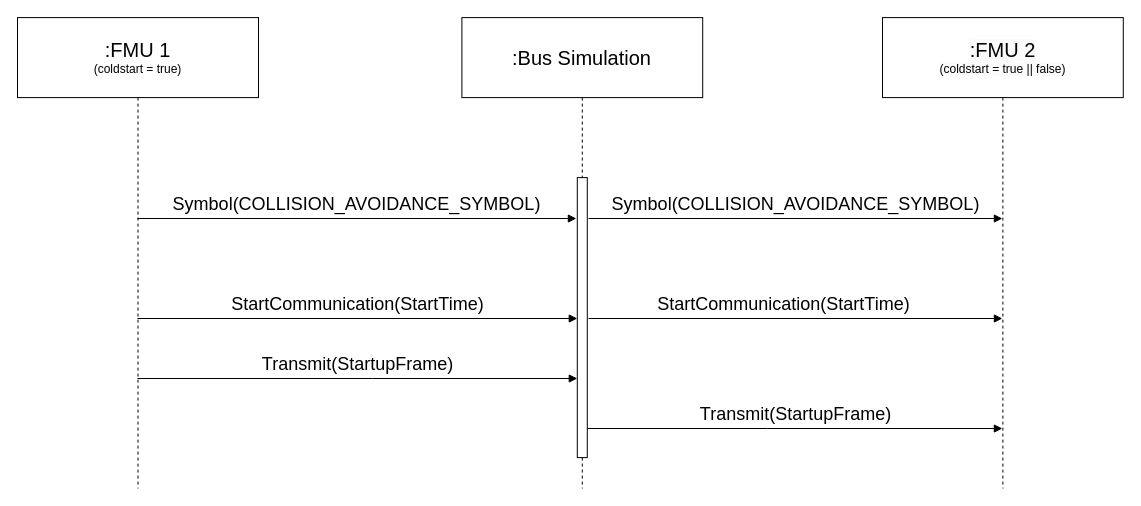
Before: docs/images/flexray_startup.drawio in modelica/fmi-ls-bus, a draw.io diagram. Source tidied: cells renumbered, new cells numbered last; positions are measured from the earlier drawing's top-left corner, leaving out a move shared by most shapes. Both pictures are drawn from the tidied source at 100%, with x=0, y=0 at pixel (17, 17).
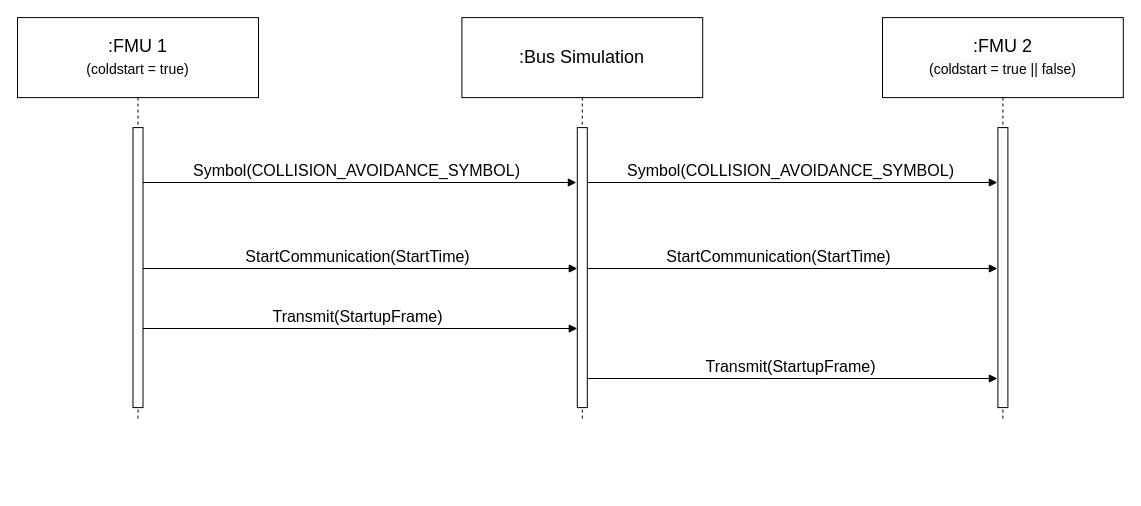
After the change.

Commit message (it also covers changes not shown here):
Fixing other FlexRay images

What changed in the source:
```diff
@@
-    <mxCell id="2" value="&lt;font style=&quot;&quot;&gt;&lt;span style=&quot;font-size: 20px;&quot;&gt;:FMU 1&lt;/span&gt;&lt;br&gt;&lt;font style=&quot;font-size: 12px;&quot;&gt;(coldstart = true)&lt;/font&gt;&lt;br&gt;&lt;/font&gt;" style="shape=umlLifeline;perimeter=lifelinePerimeter;whiteSpace=wrap;html=1;outlineConnect=0;portConstraint=eastwest;newEdgeStyle={&quot;curved&quot;:0,&quot;rounded&quot;:0};size=80;" parent="1" vertex="1">
-      <mxGeometry y="0.1" width="241" height="470.9" as="geometry" />
-    </mxCell>
-    <mxCell id="3" value="&lt;span style=&quot;color: rgb(0, 0, 0); font-family: Helvetica; font-size: 20px; font-style: normal; font-variant-ligatures: normal; font-variant-caps: normal; font-weight: 400; letter-spacing: normal; orphans: 2; text-align: center; text-indent: 0px; text-transform: none; widows: 2; word-spacing: 0px; -webkit-text-stroke-width: 0px; background-color: rgb(251, 251, 251); text-decoration-thickness: initial; text-decoration-style: initial; text-decoration-color: initial; float: none; display: inline !important;&quot;&gt;:FMU 2&lt;/span&gt;&lt;br style=&quot;border-color: var(--border-color); color: rgb(0, 0, 0); font-family: Helvetica; font-size: 20px; font-style: normal; font-variant-ligatures: normal; font-variant-caps: normal; font-weight: 400; letter-spacing: normal; orphans: 2; text-align: center; text-indent: 0px; text-transform: none; widows: 2; word-spacing: 0px; -webkit-text-stroke-width: 0px; background-color: rgb(251, 251, 251); text-decoration-thickness: initial; text-decoration-style: initial; text-decoration-color: initial;&quot;&gt;&lt;span style=&quot;color: rgb(0, 0, 0); font-family: Helvetica; font-style: normal; font-variant-ligatures: normal; font-variant-caps: normal; font-weight: 400; letter-spacing: normal; orphans: 2; text-align: center; text-indent: 0px; text-transform: none; widows: 2; word-spacing: 0px; -webkit-text-stroke-width: 0px; background-color: rgb(251, 251, 251); text-decoration-thickness: initial; text-decoration-style: initial; text-decoration-color: initial; float: none; display: inline !important;&quot;&gt;&lt;font style=&quot;font-size: 12px;&quot;&gt;(coldstart = true || false)&lt;/font&gt;&lt;/span&gt;" style="shape=umlLifeline;perimeter=lifelinePerimeter;whiteSpace=wrap;html=1;outlineConnect=0;portConstraint=eastwest;newEdgeStyle={&quot;curved&quot;:0,&quot;rounded&quot;:0};size=80;" parent="1" vertex="1">
-      <mxGeometry x="865" y="0.1" width="240.8" height="470.9" as="geometry" />
-    </mxCell>
-    <mxCell id="4" value="&lt;font style=&quot;font-size: 20px;&quot;&gt;:Bus Simulation&lt;/font&gt;" style="shape=umlLifeline;perimeter=lifelinePerimeter;whiteSpace=wrap;html=1;newEdgeStyle={&quot;curved&quot;:0,&quot;rounded&quot;:0};size=80;" parent="1" vertex="1">
-      <mxGeometry x="444.4" y="0.1" width="240.8" height="470.9" as="geometry" />
-    </mxCell>
-    <mxCell id="5" style="ellipse;whiteSpace=wrap;html=1;align=center;fillColor=none;strokeColor=none;perimeter=centerPerimeter;" parent="4" vertex="1">
-      <mxGeometry x="180.5" y="280" width="10" height="10" as="geometry" />
-    </mxCell>
-    <mxCell id="6" style="html=1;points=[[0,0,0,0,5],[0,1,0,0,-5],[1,0,0,0,5],[1,1,0,0,-5]];perimeter=orthogonalPerimeter;outlineConnect=0;targetShapes=umlLifeline;portConstraint=eastwest;newEdgeStyle={&quot;curved&quot;:0,&quot;rounded&quot;:0};fillColor=default;" parent="4" vertex="1">
-      <mxGeometry x="115.4" y="160" width="10" height="280" as="geometry" />
-    </mxCell>
-    <mxCell id="7" value="&lt;font style=&quot;font-size: 18px;&quot;&gt;Symbol(COLLISION_AVOIDANCE_SYMBOL)&lt;/font&gt;" style="html=1;verticalAlign=bottom;endArrow=block;curved=0;rounded=0;" parent="1" edge="1" source="2">
+    <mxCell id="7" value="&lt;font&gt;Symbol(COLLISION_AVOIDANCE_SYMBOL)&lt;/font&gt;" style="html=1;verticalAlign=bottom;endArrow=block;curved=0;rounded=0;fontSize=16;" parent="1" edge="1">
       <mxGeometry relative="1" as="geometry">
-        <mxPoint x="558.9" y="201" as="targetPoint" />
+        <mxPoint x="120" y="165" as="sourcePoint" />
+        <mxPoint x="558.9" y="165" as="targetPoint" />
       </mxGeometry>
     </mxCell>
-    <mxCell id="8" value="&lt;span style=&quot;font-size: 18px;&quot;&gt;Symbol(COLLISION_AVOIDANCE_SYMBOL)&lt;/span&gt;" style="html=1;verticalAlign=bottom;endArrow=block;curved=0;rounded=0;" parent="1" edge="1" target="3">
+    <mxCell id="8" value="&lt;span&gt;Symbol(COLLISION_AVOIDANCE_SYMBOL)&lt;/span&gt;" style="html=1;verticalAlign=bottom;endArrow=block;curved=0;rounded=0;fontSize=16;" parent="1" edge="1">
       <mxGeometry relative="1" as="geometry">
-        <mxPoint x="571" y="201" as="sourcePoint" />
+        <mxPoint x="566" y="165" as="sourcePoint" />
+        <mxPoint x="979.9" y="165" as="targetPoint" />
       </mxGeometry>
     </mxCell>
-    <mxCell id="9" value="&lt;span style=&quot;font-size: 18px;&quot;&gt;StartCommunication(StartTime)&lt;/span&gt;" style="html=1;verticalAlign=bottom;endArrow=block;curved=0;rounded=0;" parent="1" edge="1" source="2">
+    <mxCell id="9" value="&lt;span&gt;StartCommunication(StartTime)&lt;/span&gt;" style="html=1;verticalAlign=bottom;endArrow=block;curved=0;rounded=0;fontSize=16;" parent="1" edge="1">
       <mxGeometry relative="1" as="geometry">
-        <mxPoint x="559.8" y="301" as="targetPoint" />
+        <mxPoint x="119.8" y="251" as="sourcePoint" />
+        <mxPoint x="559.8" y="251" as="targetPoint" />
       </mxGeometry>
     </mxCell>
-    <mxCell id="10" value="&lt;span style=&quot;font-size: 18px;&quot;&gt;StartCommunication(StartTime)&lt;/span&gt;" style="html=1;verticalAlign=bottom;endArrow=block;curved=0;rounded=0;" parent="1" edge="1" target="3">
+    <mxCell id="10" value="&lt;span&gt;StartCommunication(StartTime)&lt;/span&gt;" style="html=1;verticalAlign=bottom;endArrow=block;curved=0;rounded=0;fontSize=16;" parent="1" edge="1">
       <mxGeometry x="-0.06" relative="1" as="geometry">
-        <mxPoint x="571" y="301" as="sourcePoint" />
+        <mxPoint x="566" y="251" as="sourcePoint" />
+        <mxPoint x="979.9" y="251" as="targetPoint" />
       </mxGeometry>
     </mxCell>
-    <mxCell id="11" value="&lt;span style=&quot;font-size: 18px;&quot;&gt;Transmit(StartupFrame)&lt;/span&gt;" style="html=1;verticalAlign=bottom;endArrow=block;curved=0;rounded=0;" parent="1" edge="1" source="2" target="6">
+    <mxCell id="11" value="&lt;span&gt;Transmit(StartupFrame)&lt;/span&gt;" style="html=1;verticalAlign=bottom;endArrow=block;curved=0;rounded=0;fontSize=16;" parent="1" edge="1" target="6">
       <mxGeometry relative="1" as="geometry">
+        <mxPoint x="119.8" y="311" as="sourcePoint" />
         <Array as="points">
-          <mxPoint x="355" y="361" />
+          <mxPoint x="355" y="311" />
         </Array>
       </mxGeometry>
     </mxCell>
-    <mxCell id="12" value="&lt;span style=&quot;font-size: 18px;&quot;&gt;Transmit(StartupFrame)&lt;/span&gt;" style="html=1;verticalAlign=bottom;endArrow=block;curved=0;rounded=0;" parent="1" edge="1" target="3">
+    <mxCell id="12" value="&lt;span&gt;Transmit(StartupFrame)&lt;/span&gt;" style="html=1;verticalAlign=bottom;endArrow=block;curved=0;rounded=0;fontSize=16;" parent="1" edge="1">
       <mxGeometry relative="1" as="geometry">
-        <mxPoint x="569.8" y="411" as="sourcePoint" />
+        <mxPoint x="564.8" y="361" as="sourcePoint" />
+        <mxPoint x="979.9" y="361" as="targetPoint" />
         <Array as="points">
-          <mxPoint x="749.8" y="411" />
+          <mxPoint x="744.8" y="361" />
         </Array>
       </mxGeometry>
     </mxCell>
+    <mxCell id="2" value="&lt;font&gt;&lt;span&gt;:FMU 1&lt;/span&gt;&lt;br&gt;&lt;font style=&quot;font-size: 14px;&quot;&gt;(coldstart = true)&lt;/font&gt;&lt;br&gt;&lt;/font&gt;" style="shape=umlLifeline;perimeter=lifelinePerimeter;whiteSpace=wrap;html=1;outlineConnect=0;portConstraint=eastwest;newEdgeStyle={&quot;curved&quot;:0,&quot;rounded&quot;:0};size=80;fontSize=18;" parent="1" vertex="1">
+      <mxGeometry y="0.1" width="241" height="400.9" as="geometry" />
+    </mxCell>
+    <mxCell id="13" style="html=1;perimeter=orthogonalPerimeter;targetShapes=umlLifeline;newEdgeStyle={&quot;curved&quot;:0,&quot;rounded&quot;:0};fillColor=default;" parent="2" vertex="1">
+      <mxGeometry x="115.5" y="110" width="10" height="280" as="geometry" />
+    </mxCell>
+    <mxCell id="3" value="&lt;span style=&quot;color: rgb(0, 0, 0); font-family: Helvetica; font-style: normal; font-variant-ligatures: normal; font-variant-caps: normal; font-weight: 400; letter-spacing: normal; orphans: 2; text-align: center; text-indent: 0px; text-transform: none; widows: 2; word-spacing: 0px; -webkit-text-stroke-width: 0px; background-color: rgb(251, 251, 251); text-decoration-thickness: initial; text-decoration-style: initial; text-decoration-color: initial; float: none; display: inline !important;&quot;&gt;:FMU 2&lt;/span&gt;&lt;br style=&quot;border-color: var(--border-color); color: rgb(0, 0, 0); font-family: Helvetica; font-style: normal; font-variant-ligatures: normal; font-variant-caps: normal; font-weight: 400; letter-spacing: normal; orphans: 2; text-align: center; text-indent: 0px; text-transform: none; widows: 2; word-spacing: 0px; -webkit-text-stroke-width: 0px; background-color: rgb(251, 251, 251); text-decoration-thickness: initial; text-decoration-style: initial; text-decoration-color: initial;&quot;&gt;&lt;span style=&quot;color: rgb(0, 0, 0); font-family: Helvetica; font-style: normal; font-variant-ligatures: normal; font-variant-caps: normal; font-weight: 400; letter-spacing: normal; orphans: 2; text-align: center; text-indent: 0px; text-transform: none; widows: 2; word-spacing: 0px; -webkit-text-stroke-width: 0px; background-color: rgb(251, 251, 251); text-decoration-thickness: initial; text-decoration-style: initial; text-decoration-color: initial; float: none; display: inline !important;&quot;&gt;&lt;font style=&quot;font-size: 14px;&quot;&gt;(coldstart = true || false)&lt;/font&gt;&lt;/span&gt;" style="shape=umlLifeline;perimeter=lifelinePerimeter;whiteSpace=wrap;html=1;outlineConnect=0;portConstraint=eastwest;newEdgeStyle={&quot;curved&quot;:0,&quot;rounded&quot;:0};size=80;fontSize=18;" parent="1" vertex="1">
+      <mxGeometry x="865" y="0.1" width="240.8" height="400.9" as="geometry" />
+    </mxCell>
+    <mxCell id="14" style="html=1;perimeter=orthogonalPerimeter;targetShapes=umlLifeline;newEdgeStyle={&quot;curved&quot;:0,&quot;rounded&quot;:0};fillColor=default;" parent="3" vertex="1">
+      <mxGeometry x="115.4" y="110" width="10" height="280" as="geometry" />
+    </mxCell>
+    <mxCell id="4" value="&lt;font&gt;:Bus Simulation&lt;/font&gt;" style="shape=umlLifeline;perimeter=lifelinePerimeter;whiteSpace=wrap;html=1;newEdgeStyle={&quot;curved&quot;:0,&quot;rounded&quot;:0};size=80;fontSize=18;" parent="1" vertex="1">
+      <mxGeometry x="444.4" y="0.1" width="240.8" height="400.9" as="geometry" />
+    </mxCell>
+    <mxCell id="5" style="ellipse;whiteSpace=wrap;html=1;align=center;fillColor=none;strokeColor=none;perimeter=centerPerimeter;" parent="4" vertex="1">
+      <mxGeometry x="180.5" y="230" width="10" height="10" as="geometry" />
+    </mxCell>
+    <mxCell id="6" style="html=1;points=[[0,0,0,0,5],[0,1,0,0,-5],[1,0,0,0,5],[1,1,0,0,-5]];perimeter=orthogonalPerimeter;outlineConnect=0;targetShapes=umlLifeline;portConstraint=eastwest;newEdgeStyle={&quot;curved&quot;:0,&quot;rounded&quot;:0};fillColor=default;" parent="4" vertex="1">
+      <mxGeometry x="115.4" y="110" width="10" height="280" as="geometry" />
+    </mxCell>
```
